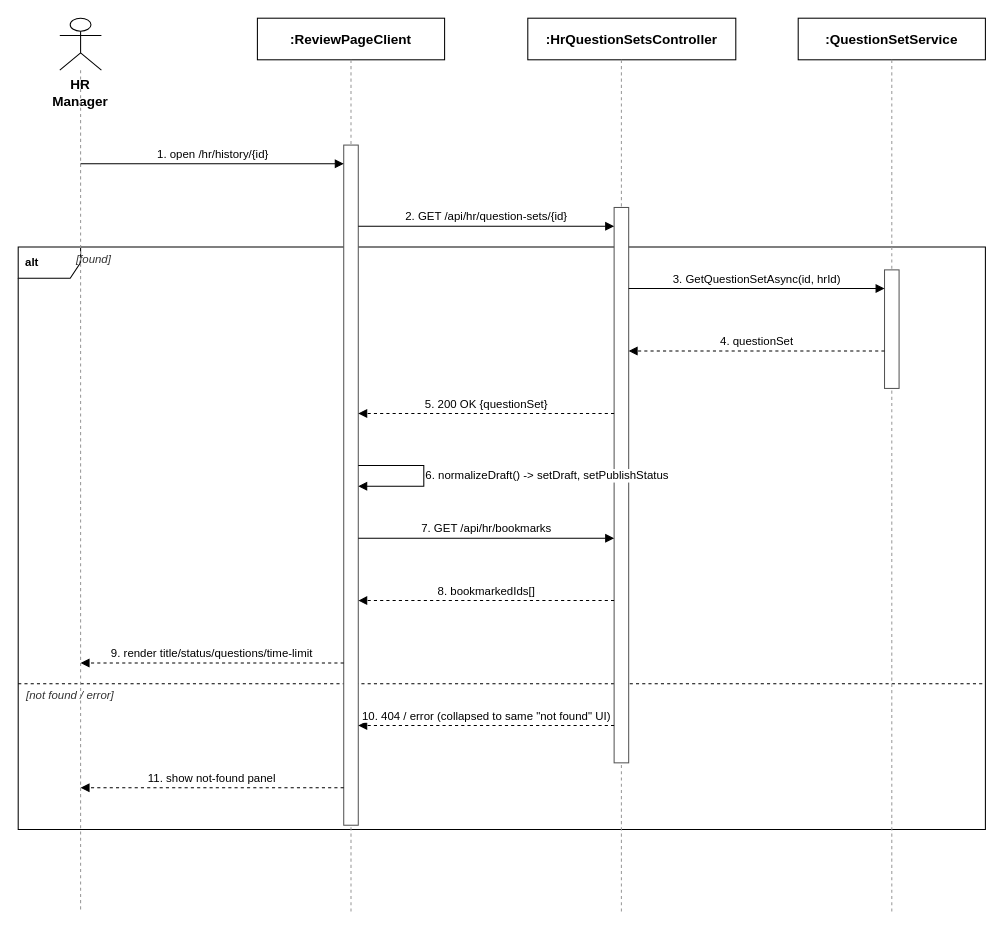
Before: docs/qa/Nam_SequenceDiagram/18_QuestionSetManagement_ViewQuestionSet.drawio in tulklk/AI_Interview_Question_Generation_RAG_LLM_FE, a draw.io diagram. Source tidied: cells renumbered, new cells numbered last; positions are measured from the earlier drawing's top-left corner, leaving out a move shared by most shapes. Both pictures are drawn from the tidied source at 104%, with x=0, y=0 at pixel (18, 18).
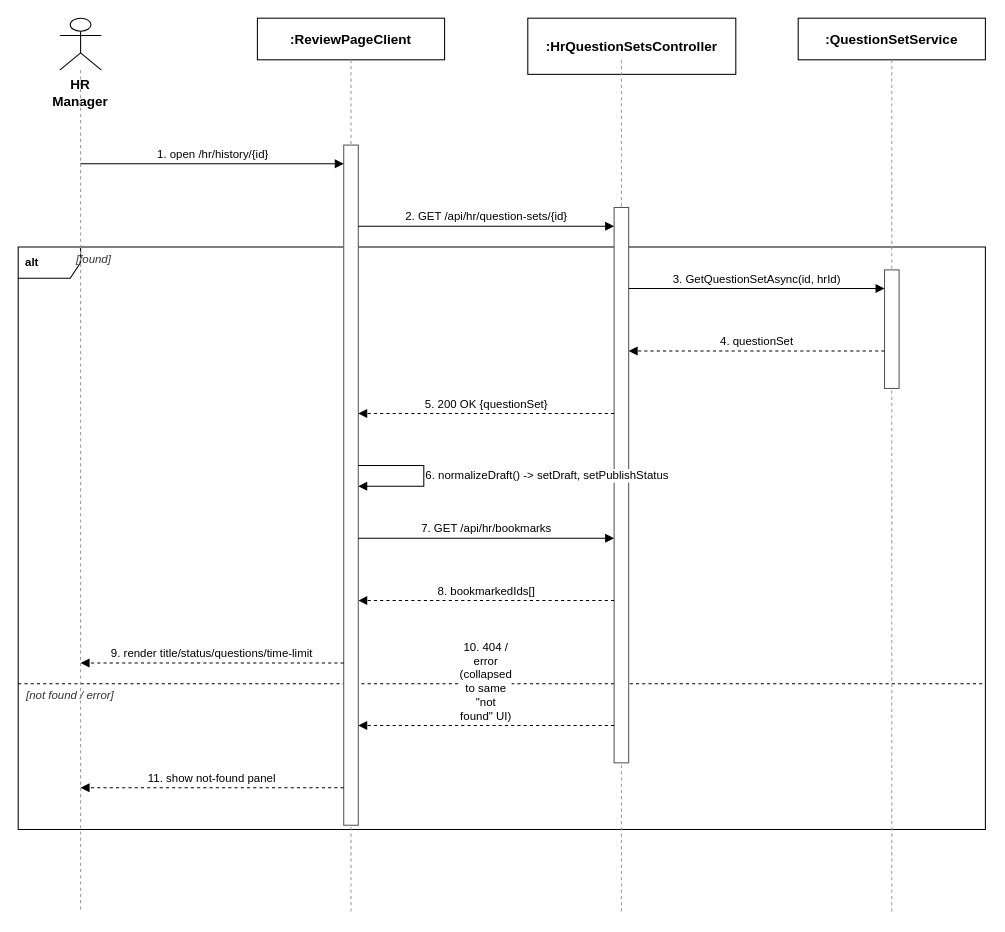
The same diagram, later.

Change to the diagram source:
```diff
@@
     <mxCell id="10" value=":HrQuestionSetsController" style="rounded=0;whiteSpace=wrap;html=1;fontSize=13;fillColor=#ffffff;strokeColor=#000000;fontStyle=1;" parent="1" vertex="1">
-      <mxGeometry x="490" width="200" height="40" as="geometry" />
+      <mxGeometry x="490" width="200" height="54" as="geometry" />
     </mxCell>
@@
-    <mxCell id="26" value="10. 404 / error (collapsed to same &quot;not found&quot; UI)" style="endArrow=block;endFill=1;html=1;dashed=1;fontSize=11;align=center;verticalAlign=bottom;labelBackgroundColor=#ffffff;strokeColor=#000000;" parent="1" edge="1">
+    <mxCell id="26" value="10. 404 / error (collapsed to same &quot;not found&quot; UI)" style="endArrow=block;endFill=1;html=1;whiteSpace=wrap;dashed=1;fontSize=11;align=center;verticalAlign=bottom;labelBackgroundColor=#ffffff;strokeColor=#000000;" parent="1" edge="1">
       <mxGeometry relative="1" as="geometry">
         <mxPoint x="573" y="680" as="sourcePoint" />
         <mxPoint x="327" y="680" as="targetPoint" />
       </mxGeometry>
     </mxCell>
```
